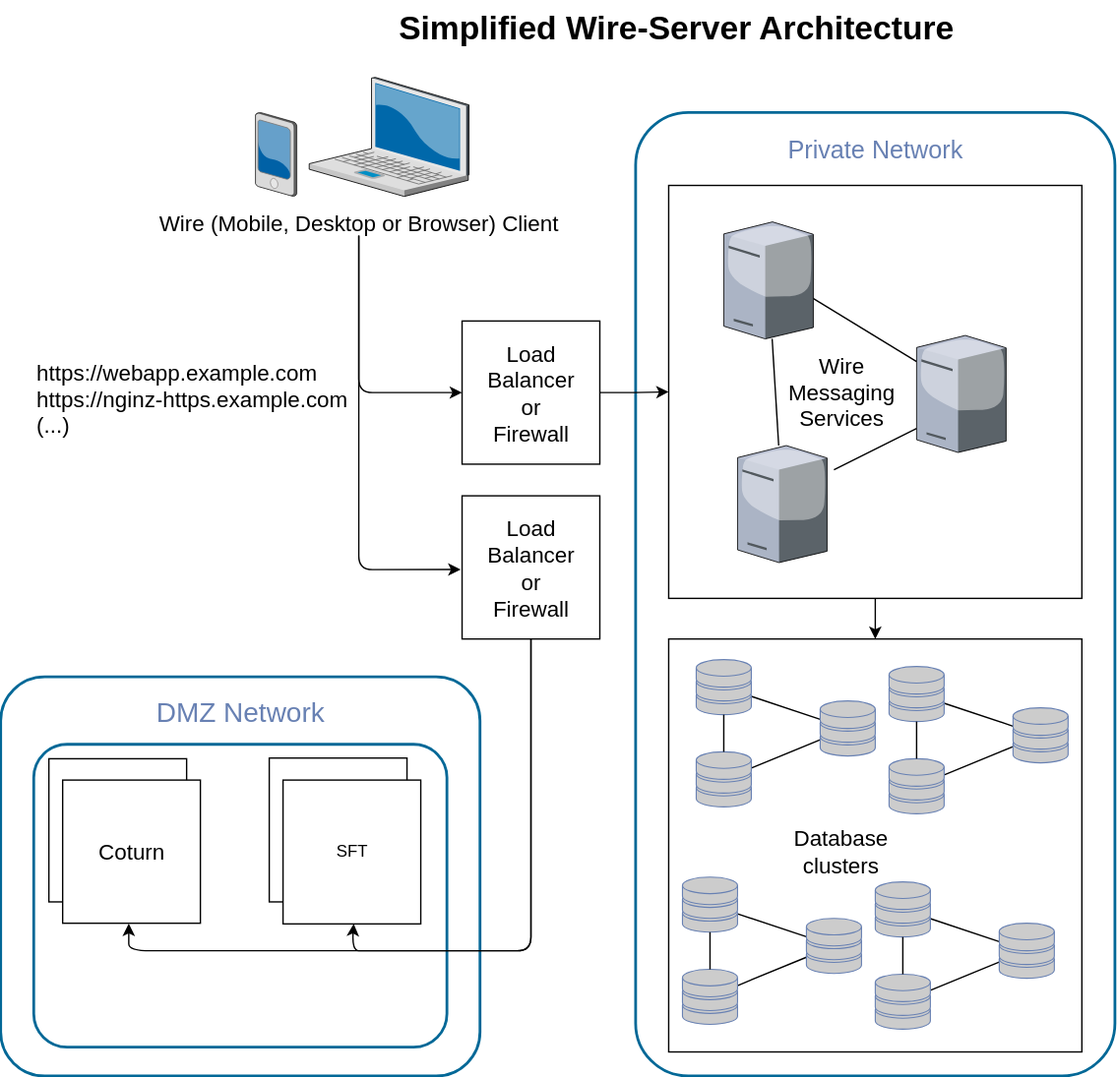
This is src/understand/img/architecture-server-simplified.svg from wireapp/wire-docs, a draw.io export, as it was before one commit. Source tidied: cells renumbered, new cells last; positions are measured from the earlier drawing's top-left corner, leaving out a move shared by most shapes.
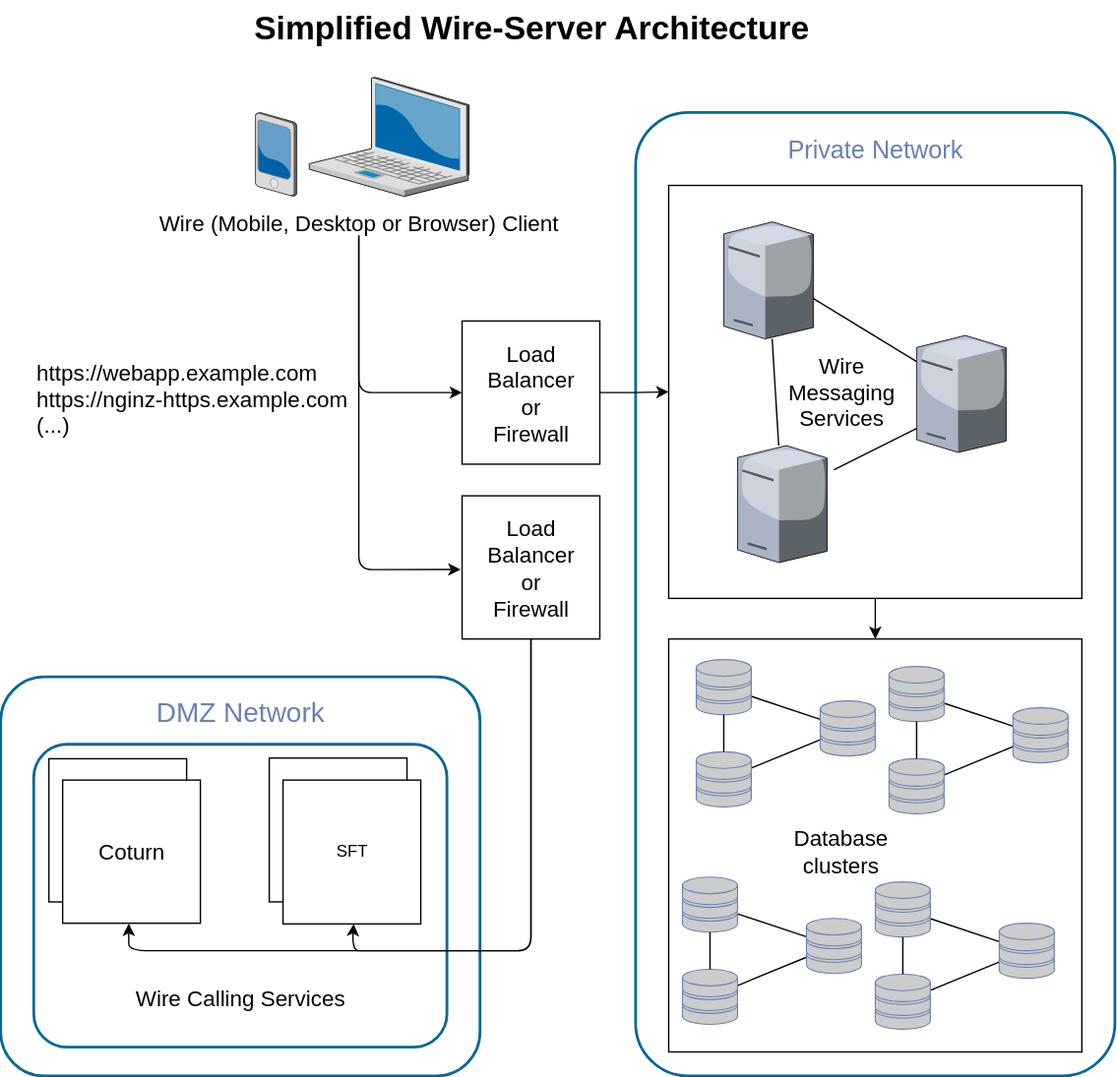
The same file after the commit.

Commit message:
update first diagram, create a second diagram, and give it the verbage it needs.

The edit, as a diff of the source:
```diff
@@ -18,7 +18,7 @@
       <mxGeometry x="185" y="81" width="30" height="61" as="geometry" />
     </mxCell>
     <mxCell id="7" value="Simplified Wire-Server Architecture" style="text;strokeColor=none;fillColor=none;html=1;fontSize=24;fontStyle=1;verticalAlign=middle;align=center;" parent="1" vertex="1">
-      <mxGeometry x="175" width="630" height="40" as="geometry" />
+      <mxGeometry x="70" width="630" height="40" as="geometry" />
     </mxCell>
     <mxCell id="8" value="&lt;font style=&quot;font-size: 18px&quot; face=&quot;Helvetica&quot;&gt;Private Network&lt;/font&gt;" style="rounded=1;whiteSpace=wrap;html=1;shadow=0;comic=0;strokeColor=#036897;strokeWidth=2;fillColor=none;fontFamily=Verdana;fontSize=28;fontColor=#6881B3;align=center;arcSize=11;verticalAlign=top;" parent="1" vertex="1">
       <mxGeometry x="461" y="81" width="348" height="700" as="geometry" />
@@ -149,7 +149,7 @@
         </Array>
       </mxGeometry>
     </mxCell>
-    <mxCell id="48" value="&lt;div&gt;&lt;font style=&quot;font-size: 18px;&quot;&gt;&lt;span style=&quot;color: rgba(0, 0, 0, 0);&quot;&gt;&lt;span style=&quot;color: rgb(255, 255, 255);&quot;&gt;&lt;span&gt;&lt;span style=&quot;color: rgba(0, 0, 0, 0);&quot;&gt;&lt;span style=&quot;color: light-dark(rgb(0, 0, 0), rgb(93, 188, 164));&quot;&gt;&lt;br&gt;&lt;/span&gt;&lt;/span&gt;&lt;/span&gt;&lt;/span&gt;&lt;/span&gt;&lt;/font&gt;&lt;/div&gt;&lt;div&gt;&lt;font style=&quot;font-size: 18px;&quot;&gt;&lt;span style=&quot;color: rgba(0, 0, 0, 0);&quot;&gt;&lt;span style=&quot;color: rgba(0, 0, 0, 0);&quot;&gt;&lt;span style=&quot;color: rgba(0, 0, 0, 0);&quot;&gt;&lt;span style=&quot;color: rgba(0, 0, 0, 0);&quot;&gt;&lt;span style=&quot;color: rgba(0, 0, 0, 0);&quot;&gt;&lt;span style=&quot;color: rgba(0, 0, 0, 0);&quot;&gt;&lt;br&gt;&lt;/span&gt;&lt;/span&gt;&lt;/span&gt;&lt;/span&gt;&lt;/span&gt;&lt;/span&gt;&lt;/font&gt;&lt;/div&gt;&lt;div&gt;&lt;font style=&quot;font-size: 18px;&quot;&gt;&lt;span style=&quot;color: rgba(0, 0, 0, 0);&quot;&gt;&lt;span style=&quot;color: rgba(0, 0, 0, 0);&quot;&gt;&lt;span style=&quot;color: rgba(0, 0, 0, 0);&quot;&gt;&lt;span style=&quot;color: rgba(0, 0, 0, 0);&quot;&gt;&lt;span style=&quot;color: rgba(0, 0, 0, 0);&quot;&gt;&lt;span style=&quot;color: rgba(0, 0, 0, 0);&quot;&gt;&lt;br&gt;&lt;/span&gt;&lt;/span&gt;&lt;/span&gt;&lt;/span&gt;&lt;/span&gt;&lt;/span&gt;&lt;/font&gt;&lt;/div&gt;&lt;div&gt;&lt;font style=&quot;font-size: 18px;&quot;&gt;&lt;span style=&quot;color: rgba(0, 0, 0, 0);&quot;&gt;&lt;span style=&quot;color: rgba(0, 0, 0, 0);&quot;&gt;&lt;span style=&quot;color: rgba(0, 0, 0, 0);&quot;&gt;&lt;span style=&quot;color: rgba(0, 0, 0, 0);&quot;&gt;&lt;span style=&quot;color: rgba(0, 0, 0, 0);&quot;&gt;&lt;span style=&quot;color: rgba(0, 0, 0, 0);&quot;&gt;&lt;br&gt;&lt;/span&gt;&lt;/span&gt;&lt;/span&gt;&lt;/span&gt;&lt;/span&gt;&lt;/span&gt;&lt;/font&gt;&lt;/div&gt;&lt;div&gt;&lt;font style=&quot;font-size: 18px;&quot;&gt;&lt;span style=&quot;color: rgba(0, 0, 0, 0);&quot;&gt;&lt;span style=&quot;color: rgba(0, 0, 0, 0);&quot;&gt;&lt;span style=&quot;color: rgba(0, 0, 0, 0);&quot;&gt;&lt;span style=&quot;color: rgba(0, 0, 0, 0);&quot;&gt;&lt;span style=&quot;color: rgba(0, 0, 0, 0);&quot;&gt;&lt;span style=&quot;color: rgba(0, 0, 0, 0);&quot;&gt;&lt;br&gt;&lt;/span&gt;&lt;/span&gt;&lt;/span&gt;&lt;/span&gt;&lt;/span&gt;&lt;/span&gt;&lt;/font&gt;&lt;/div&gt;&lt;div&gt;&lt;font style=&quot;font-size: 18px;&quot;&gt;&lt;span style=&quot;color: rgba(0, 0, 0, 0);&quot;&gt;&lt;span style=&quot;color: rgba(0, 0, 0, 0);&quot;&gt;&lt;span style=&quot;color: rgba(0, 0, 0, 0);&quot;&gt;&lt;span style=&quot;color: rgba(0, 0, 0, 0);&quot;&gt;&lt;span style=&quot;color: rgba(0, 0, 0, 0);&quot;&gt;&lt;span style=&quot;color: rgba(0, 0, 0, 0);&quot;&gt;&lt;br&gt;&lt;/span&gt;&lt;/span&gt;&lt;/span&gt;&lt;/span&gt;&lt;/span&gt;&lt;/span&gt;&lt;/font&gt;&lt;/div&gt;&lt;div&gt;&lt;font style=&quot;font-size: 18px;&quot;&gt;&lt;span style=&quot;color: rgba(0, 0, 0, 0);&quot;&gt;&lt;span style=&quot;color: rgba(0, 0, 0, 0);&quot;&gt;&lt;span style=&quot;color: rgba(0, 0, 0, 0);&quot;&gt;&lt;span style=&quot;color: rgba(0, 0, 0, 0);&quot;&gt;&lt;span style=&quot;color: rgba(0, 0, 0, 0);&quot;&gt;&lt;span style=&quot;color: rgba(0, 0, 0, 0);&quot;&gt;&lt;br&gt;&lt;/span&gt;&lt;/span&gt;&lt;/span&gt;&lt;/span&gt;&lt;/span&gt;&lt;/span&gt;&lt;/font&gt;&lt;/div&gt;&lt;div&gt;&lt;font style=&quot;font-size: 18px;&quot;&gt;&lt;span style=&quot;color: rgba(0, 0, 0, 0);&quot;&gt;&lt;span style=&quot;color: rgba(0, 0, 0, 0);&quot;&gt;&lt;span style=&quot;color: rgba(0, 0, 0, 0);&quot;&gt;&lt;span style=&quot;color: rgba(0, 0, 0, 0);&quot;&gt;&lt;span style=&quot;color: rgba(0, 0, 0, 0);&quot;&gt;&lt;span style=&quot;color: rgba(0, 0, 0, 0);&quot;&gt;Wire Calling Services&lt;/span&gt;&lt;/span&gt;&lt;/span&gt;&lt;/span&gt;&lt;/span&gt;&lt;/span&gt;&lt;/font&gt;&lt;/div&gt;" style="rounded=1;whiteSpace=wrap;html=1;strokeColor=#036897;shadow=0;comic=0;strokeWidth=2;align=center;verticalAlign=top;arcSize=11;fontFamily=Helvetica;fontSize=20;fontColor=#6881B3;fillColor=none;" parent="1" vertex="1">
+    <mxCell id="48" style="rounded=1;whiteSpace=wrap;html=1;strokeColor=#036897;shadow=0;comic=0;strokeWidth=2;align=center;verticalAlign=top;arcSize=11;fontFamily=Helvetica;fontSize=20;fontColor=#6881B3;fillColor=none;" parent="1" vertex="1">
       <mxGeometry x="24" y="540" width="300" height="220" as="geometry" />
     </mxCell>
     <mxCell id="49" value="&lt;div&gt;Load Balancer &lt;br&gt;or&lt;br&gt;Firewall&lt;br&gt;&lt;/div&gt;" style="rounded=0;whiteSpace=wrap;html=1;fontSize=16;" parent="1" vertex="1">
@@ -193,5 +193,8 @@
         </Array>
       </mxGeometry>
     </mxCell>
+    <mxCell id="56" value="Wire Calling Services" style="text;html=1;align=center;verticalAlign=middle;whiteSpace=wrap;rounded=0;fontSize=16;" parent="1" vertex="1">
+      <mxGeometry x="91.9" y="715.2" width="164.2" height="16.5" as="geometry" />
+    </mxCell>
   </root>
 </mxGraphModel>
```
